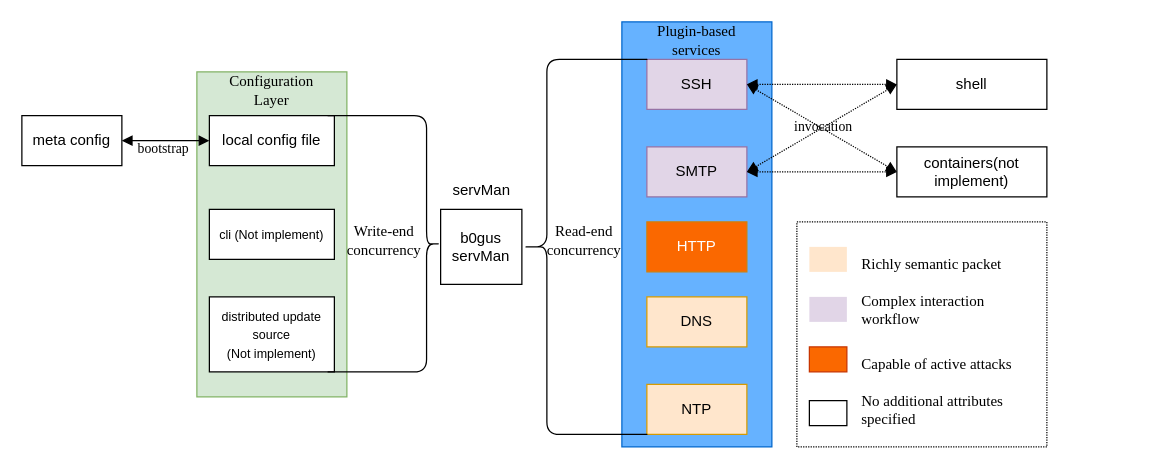
The draw.io diagram assets/design/en/en.drawio in TrisenYu/b0gus, before the edit. Source tidied: cells renumbered, new cells numbered last; positions are measured from the earlier drawing's top-left corner, leaving out a move shared by most shapes. Both pictures are drawn from the tidied source at 125%, with x=0, y=0 at pixel (21, 21).
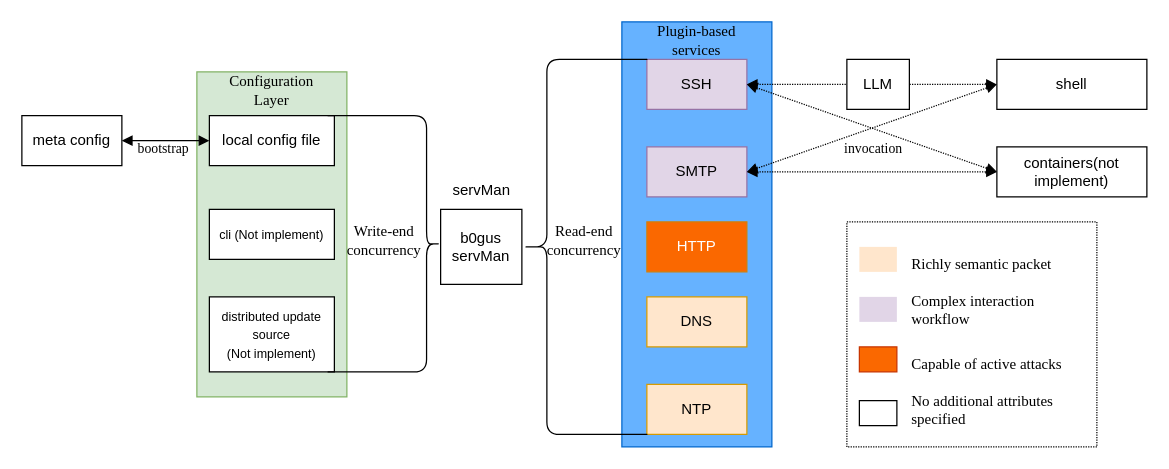
The same diagram, later.

Unchanged cells that the change refers to:
```xml
<mxCell id="17" style="endArrow=block;startArrow=block;html=1;exitX=1;exitY=0.5;exitDx=0;exitDy=0;dashed=1;dashPattern=1 1;entryX=0;entryY=0.5;entryDx=0;entryDy=0;startFill=1;endFill=1;" parent="1" edge="1" source="4" target="14">
  <mxGeometry relative="1" as="geometry" />
</mxCell>
```

The edit, as a diff of the source:
```diff
@@
     <mxCell id="13" value="&lt;font face=&quot;Fira Code&quot;&gt;shell&lt;/font&gt;" style="rounded=0;whiteSpace=wrap;html=1;" parent="1" vertex="1">
-      <mxGeometry x="700" y="30" width="120" height="40" as="geometry" />
+      <mxGeometry x="780" y="30" width="120" height="40" as="geometry" />
     </mxCell>
     <mxCell id="14" value="&lt;font face=&quot;Fira Code&quot;&gt;containers(not implement)&lt;/font&gt;" style="rounded=0;whiteSpace=wrap;html=1;align=center;" parent="1" vertex="1">
-      <mxGeometry x="700" y="100" width="120" height="40" as="geometry" />
+      <mxGeometry x="780" y="100" width="120" height="40" as="geometry" />
     </mxCell>
@@
     <mxCell id="18" value="&lt;font face=&quot;Times New Roman&quot;&gt;invocation&lt;/font&gt;" style="edgeLabel;html=1;align=center;verticalAlign=middle;labelBackgroundColor=none;" parent="17" vertex="1">
-      <mxGeometry y="1" relative="1" as="geometry" />
+      <mxGeometry y="1" relative="1" as="geometry">
+        <mxPoint y="16" as="offset" />
+      </mxGeometry>
     </mxCell>
@@
     <mxCell id="24" style="rounded=0;whiteSpace=wrap;html=1;fillColor=none;dashed=1;dashPattern=1 1;" parent="1" vertex="1">
-      <mxGeometry x="620" y="160" width="200" height="180" as="geometry" />
+      <mxGeometry x="660" y="160" width="200" height="180" as="geometry" />
     </mxCell>
     <mxCell id="25" style="text;html=1;align=center;verticalAlign=middle;whiteSpace=wrap;rounded=0;fillColor=#ffe6cc;strokeColor=none;" parent="1" vertex="1">
-      <mxGeometry x="630" y="180" width="30" height="20" as="geometry" />
+      <mxGeometry x="670" y="180" width="30" height="20" as="geometry" />
     </mxCell>
     <mxCell id="26" style="text;html=1;align=center;verticalAlign=middle;whiteSpace=wrap;rounded=0;fillColor=#e1d5e7;strokeColor=none;" parent="1" vertex="1">
-      <mxGeometry x="630" y="220" width="30" height="20" as="geometry" />
+      <mxGeometry x="670" y="220" width="30" height="20" as="geometry" />
     </mxCell>
     <mxCell id="27" value="Complex interaction workflow&lt;div style=&quot;text-align: center;&quot;&gt;&lt;/div&gt;" style="text;whiteSpace=wrap;html=1;fontFamily=Times New Roman;" parent="1" vertex="1">
-      <mxGeometry x="670" y="210" width="130" height="30" as="geometry" />
+      <mxGeometry x="710" y="210" width="130" height="30" as="geometry" />
     </mxCell>
     <mxCell id="28" style="text;html=1;align=center;verticalAlign=middle;whiteSpace=wrap;rounded=0;strokeColor=default;fillColor=#FFFFFF;" parent="1" vertex="1">
-      <mxGeometry x="630" y="303" width="30" height="20" as="geometry" />
+      <mxGeometry x="670" y="303" width="30" height="20" as="geometry" />
     </mxCell>
     <mxCell id="29" value="&lt;div style=&quot;&quot;&gt;No additional attributes specified&lt;/div&gt;" style="text;whiteSpace=wrap;html=1;align=left;fontFamily=Times New Roman;" parent="1" vertex="1">
-      <mxGeometry x="670" y="290" width="150" height="30" as="geometry" />
+      <mxGeometry x="710" y="290" width="150" height="30" as="geometry" />
     </mxCell>
     <mxCell id="30" value="Richly semantic packet&lt;div style=&quot;text-align: center;&quot;&gt;&lt;/div&gt;" style="text;whiteSpace=wrap;html=1;fontFamily=Times New Roman;" parent="1" vertex="1">
-      <mxGeometry x="670" y="180" width="150" height="20" as="geometry" />
+      <mxGeometry x="710" y="180" width="150" height="20" as="geometry" />
     </mxCell>
@@
     <mxCell id="33" style="text;html=1;align=center;verticalAlign=middle;whiteSpace=wrap;rounded=0;fillColor=#fa6800;strokeColor=#C73500;fontColor=#000000;" parent="1" vertex="1">
-      <mxGeometry x="630" y="260" width="30" height="20" as="geometry" />
+      <mxGeometry x="670" y="260" width="30" height="20" as="geometry" />
     </mxCell>
     <mxCell id="34" value="Capable of active attacks&lt;div style=&quot;text-align: center;&quot;&gt;&lt;/div&gt;" style="text;whiteSpace=wrap;html=1;fontFamily=Times New Roman;" parent="1" vertex="1">
-      <mxGeometry x="670" y="260" width="150" height="20" as="geometry" />
+      <mxGeometry x="710" y="260" width="150" height="20" as="geometry" />
     </mxCell>
@@
+    <mxCell id="39" value="&lt;font face=&quot;Fira Code&quot;&gt;LLM&lt;/font&gt;" style="rounded=0;whiteSpace=wrap;html=1;" parent="1" vertex="1">
+      <mxGeometry x="660" y="30" width="50" height="40" as="geometry" />
+    </mxCell>
```
